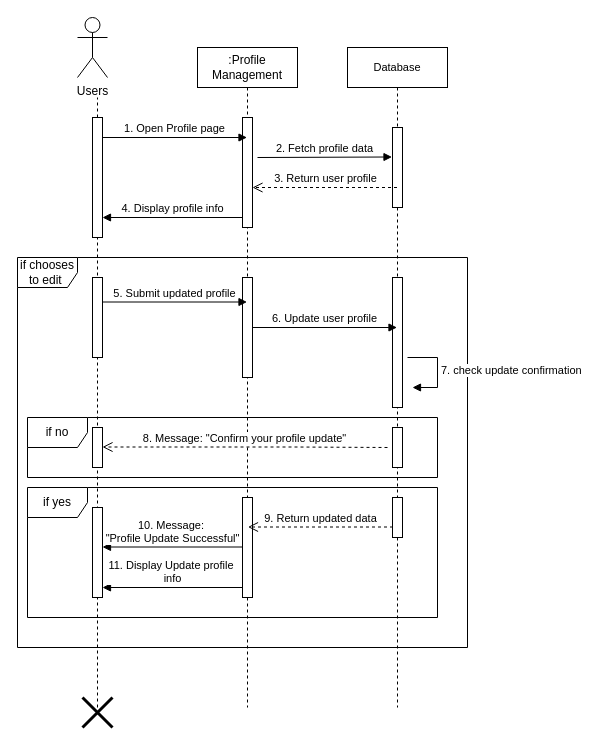
Before: page "Profile Management" (5 of 15) of Sequence Diagram.drawio in shamim36/Final-Defence-Diagram, a draw.io diagram. Source tidied: cells renumbered, new cells numbered last; positions are measured from the earlier drawing's top-left corner, leaving out a move shared by most shapes. Both pictures are drawn from the tidied source at 100%, with x=0, y=0 at pixel (17, 17).
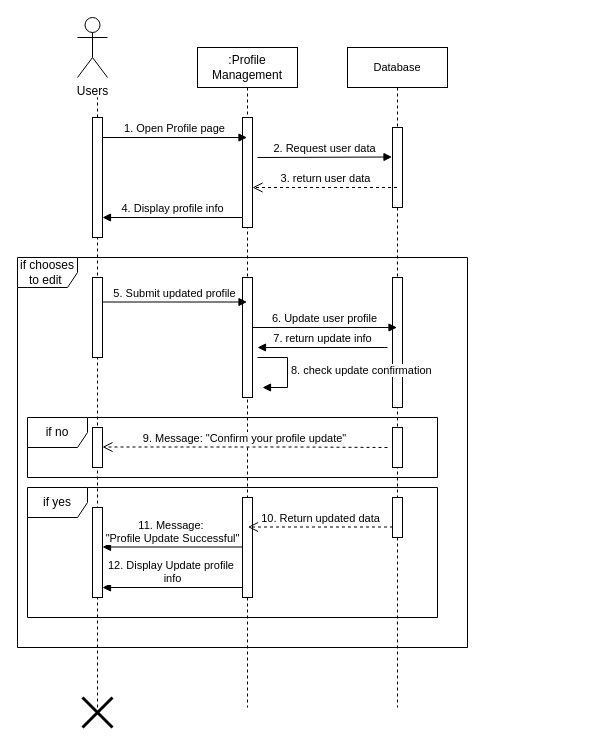
Above is the later version.

The change refers to these unchanged cells:
```xml
<mxCell id="3" style="html=1;points=[];perimeter=orthogonalPerimeter;outlineConnect=0;targetShapes=umlLifeline;portConstraint=eastwest;newEdgeStyle={&quot;edgeStyle&quot;:&quot;elbowEdgeStyle&quot;,&quot;elbow&quot;:&quot;vertical&quot;,&quot;curved&quot;:0,&quot;rounded&quot;:0};" parent="2" vertex="1">
  <mxGeometry x="45" y="70" width="10" height="110" as="geometry" />
</mxCell>
<mxCell id="4" value="&lt;font style=&quot;font-size: 11px;&quot;&gt;Database&lt;/font&gt;" style="shape=umlLifeline;perimeter=lifelinePerimeter;whiteSpace=wrap;html=1;outlineConnect=0;portConstraint=eastwest;newEdgeStyle={&quot;edgeStyle&quot;:&quot;elbowEdgeStyle&quot;,&quot;elbow&quot;:&quot;vertical&quot;,&quot;curved&quot;:0,&quot;rounded&quot;:0};" parent="1" vertex="1">
  <mxGeometry x="330" y="30" width="100" height="660" as="geometry" />
</mxCell>
<mxCell id="23" style="html=1;points=[[0,0,0,0,5],[0,1,0,0,-5],[1,0,0,0,5],[1,1,0,0,-5]];perimeter=orthogonalPerimeter;outlineConnect=0;targetShapes=umlLifeline;portConstraint=eastwest;newEdgeStyle={&quot;curved&quot;:0,&quot;rounded&quot;:0};" parent="1" vertex="1">
  <mxGeometry x="75" y="410" width="10" height="40" as="geometry" />
</mxCell>
```

Diff of the diagram source:
```diff
@@
-    <mxCell id="11" value="2. Fetch profile data" style="html=1;verticalAlign=bottom;endArrow=block;curved=0;rounded=0;" parent="1" edge="1">
+    <mxCell id="11" value="2. Request user data" style="html=1;verticalAlign=bottom;endArrow=block;curved=0;rounded=0;" parent="1" edge="1">
       <mxGeometry relative="1" as="geometry">
         <mxPoint x="240" y="140" as="sourcePoint" />
         <mxPoint x="374.5" y="139.5" as="targetPoint" />
       </mxGeometry>
     </mxCell>
-    <mxCell id="12" value="3. Return user profile" style="html=1;verticalAlign=bottom;endArrow=open;dashed=1;endSize=8;curved=0;rounded=0;" parent="1" edge="1" source="4" target="3">
+    <mxCell id="12" value="3. return user data" style="html=1;verticalAlign=bottom;endArrow=open;dashed=1;endSize=8;curved=0;rounded=0;" parent="1" edge="1" source="4" target="3">
       <mxGeometry relative="1" as="geometry">
         <Array as="points">
           <mxPoint x="290" y="170" />
         </Array>
       </mxGeometry>
     </mxCell>
@@
     <mxCell id="16" style="html=1;perimeter=orthogonalPerimeter;targetShapes=umlLifeline;newEdgeStyle={&quot;curved&quot;:0,&quot;rounded&quot;:0};" parent="1" vertex="1">
-      <mxGeometry x="225" y="260" width="10" height="100" as="geometry" />
+      <mxGeometry x="225" y="260" width="10" height="120" as="geometry" />
     </mxCell>
@@
-    <mxCell id="21" value="7. check update confirmation" style="html=1;align=left;spacingLeft=2;endArrow=block;rounded=0;edgeStyle=orthogonalEdgeStyle;curved=0;rounded=0;" parent="1" edge="1">
+    <mxCell id="21" value="8. check update confirmation" style="html=1;align=left;spacingLeft=2;endArrow=block;rounded=0;edgeStyle=orthogonalEdgeStyle;curved=0;rounded=0;" parent="1" edge="1">
       <mxGeometry relative="1" as="geometry">
-        <mxPoint x="390" y="340" as="sourcePoint" />
-        <mxPoint x="395" y="370" as="targetPoint" />
+        <mxPoint x="240" y="340" as="sourcePoint" />
+        <mxPoint x="245" y="370" as="targetPoint" />
         <Array as="points">
-          <mxPoint x="420" y="370" />
+          <mxPoint x="270" y="370" />
         </Array>
       </mxGeometry>
     </mxCell>
@@
-    <mxCell id="24" value="8. Message: &quot;Confirm your profile update&quot;" style="html=1;verticalAlign=bottom;endArrow=open;dashed=1;endSize=8;curved=0;rounded=0;" parent="1" edge="1" target="23">
+    <mxCell id="24" value="9. Message: &quot;Confirm your profile update&quot;" style="html=1;verticalAlign=bottom;endArrow=open;dashed=1;endSize=8;curved=0;rounded=0;" parent="1" edge="1" target="23">
       <mxGeometry relative="1" as="geometry">
         <mxPoint x="370" y="430" as="sourcePoint" />
         <Array as="points">
           <mxPoint x="275" y="429.5" />
         </Array>
       </mxGeometry>
     </mxCell>
@@
-    <mxCell id="29" value="9. Return updated data" style="html=1;verticalAlign=bottom;endArrow=open;dashed=1;endSize=8;curved=0;rounded=0;" parent="1" edge="1">
+    <mxCell id="29" value="10. Return updated data" style="html=1;verticalAlign=bottom;endArrow=open;dashed=1;endSize=8;curved=0;rounded=0;" parent="1" edge="1">
       <mxGeometry relative="1" as="geometry">
         <mxPoint x="375.5" y="509.5" as="sourcePoint" />
         <mxPoint x="230.5" y="509.5" as="targetPoint" />
         <Array as="points">
           <mxPoint x="285.5" y="509.5" />
         </Array>
       </mxGeometry>
     </mxCell>
-    <mxCell id="30" value="10. Message:&amp;nbsp;&lt;div&gt;&quot;Profile Update Successful&quot;&lt;/div&gt;" style="html=1;verticalAlign=bottom;endArrow=block;curved=0;rounded=0;" parent="1" edge="1">
+    <mxCell id="30" value="11. Message:&amp;nbsp;&lt;div&gt;&quot;Profile Update Successful&quot;&lt;/div&gt;" style="html=1;verticalAlign=bottom;endArrow=block;curved=0;rounded=0;" parent="1" edge="1">
       <mxGeometry relative="1" as="geometry">
         <mxPoint x="225" y="529.5" as="sourcePoint" />
         <mxPoint x="85" y="529.5" as="targetPoint" />
       </mxGeometry>
     </mxCell>
-    <mxCell id="31" value="11. Display Update profile&amp;nbsp;&lt;div&gt;info&lt;/div&gt;" style="html=1;verticalAlign=bottom;endArrow=block;curved=0;rounded=0;" parent="1" edge="1">
+    <mxCell id="31" value="12. Display Update profile&amp;nbsp;&lt;div&gt;info&lt;/div&gt;" style="html=1;verticalAlign=bottom;endArrow=block;curved=0;rounded=0;" parent="1" edge="1">
       <mxGeometry relative="1" as="geometry">
         <mxPoint x="225" y="570" as="sourcePoint" />
         <mxPoint x="85" y="570" as="targetPoint" />
       </mxGeometry>
     </mxCell>
@@
+    <mxCell id="33" value="7. return update info" style="html=1;verticalAlign=bottom;endArrow=block;curved=0;rounded=0;" parent="1" edge="1">
+      <mxGeometry relative="1" as="geometry">
+        <mxPoint x="370" y="330" as="sourcePoint" />
+        <mxPoint x="240" y="330" as="targetPoint" />
+      </mxGeometry>
+    </mxCell>
```
